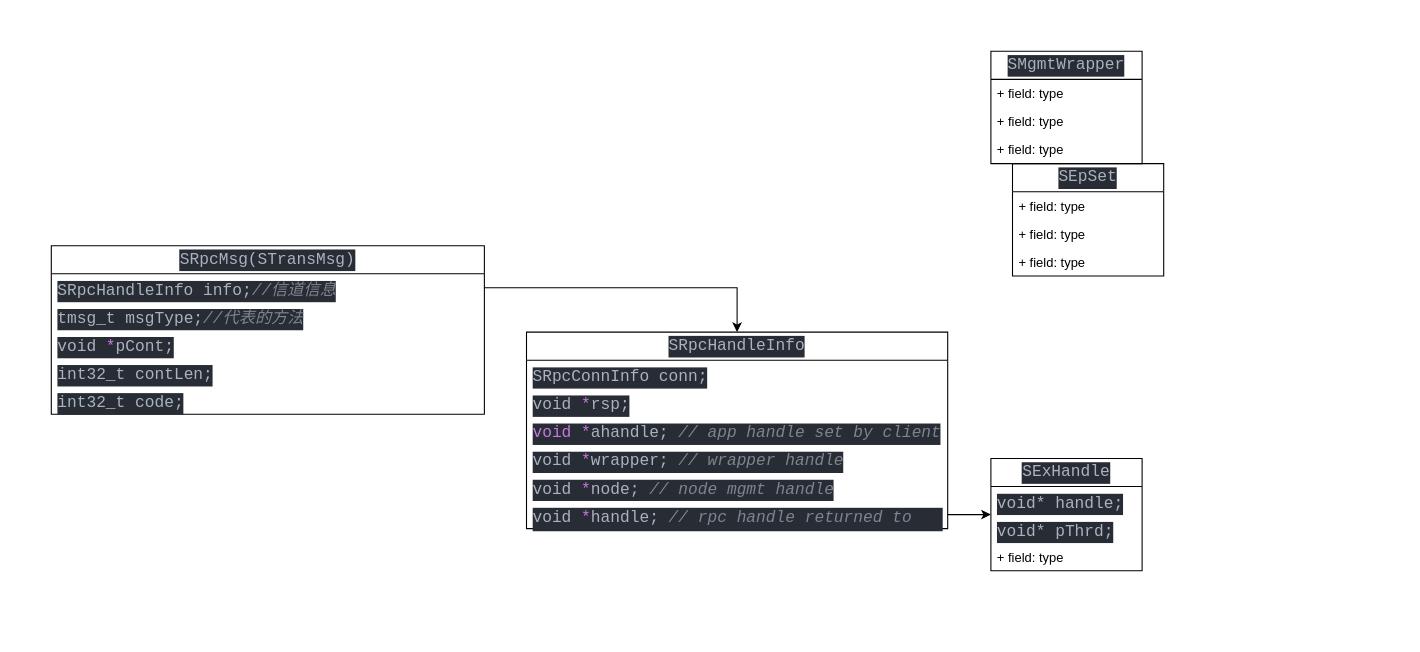
iTheds/draft_diagrams keeps this draw.io diagram as TDengine_tmsgcb_libuv.drawio. Above is the earlier version. Source tidied: cells renumbered, new cells numbered last; positions are measured from the earlier drawing's top-left corner, leaving out a move shared by most shapes. Both pictures are drawn from the tidied source at 108%, with x=0, y=0 at pixel (51, 51).
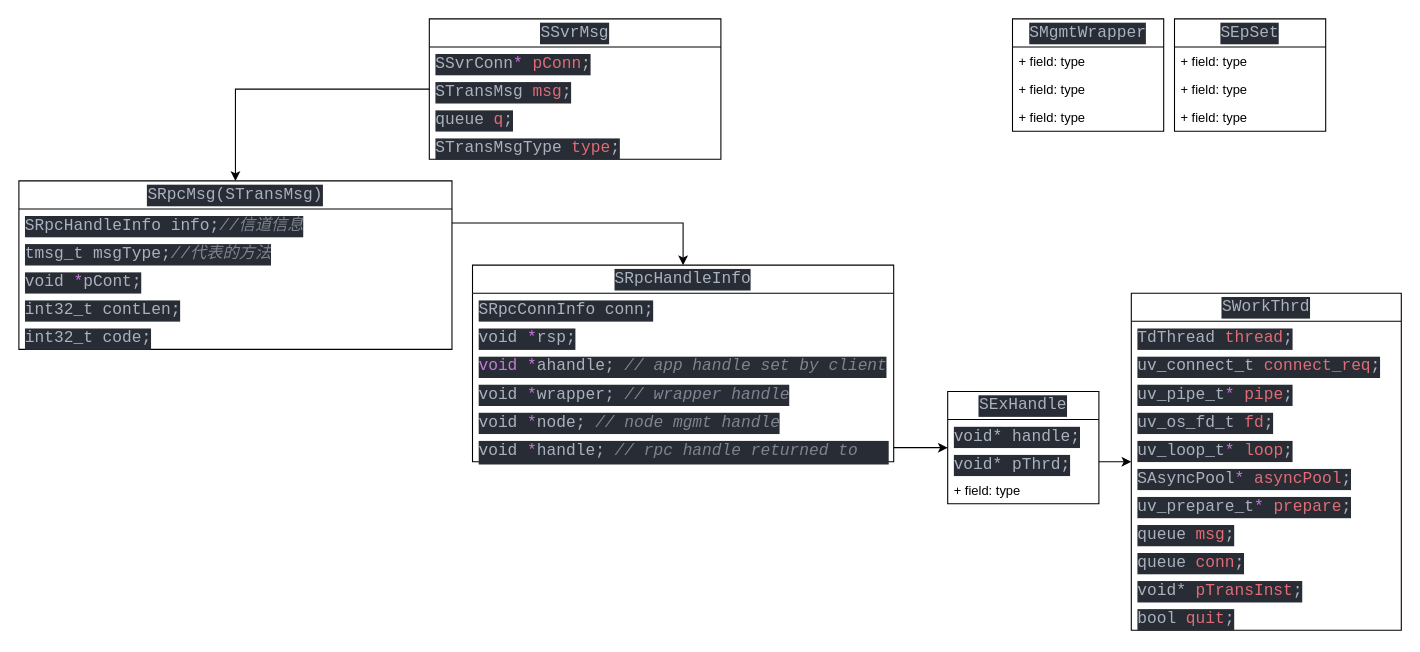
The same diagram, later.

The change refers to these unchanged cells:
```xml
<mxCell id="25" value="&lt;div style=&quot;color: rgb(171, 178, 191); background-color: rgb(40, 44, 52); font-family: &amp;quot;Cascadia Code&amp;quot;, &amp;quot;Cascadia Code&amp;quot;, monospace, &amp;quot;Droid Sans Mono&amp;quot;, &amp;quot;monospace&amp;quot;, monospace; font-weight: normal; font-size: 15px; line-height: 20px;&quot;&gt;&lt;div&gt;void*&lt;span style=&quot;color: #abb2bf;&quot;&gt;   pThrd;&lt;/span&gt;&lt;/div&gt;&lt;/div&gt;" style="text;strokeColor=none;fillColor=none;align=left;verticalAlign=top;spacingLeft=4;spacingRight=4;overflow=hidden;points=[[0,0.5],[1,0.5]];portConstraint=eastwest;whiteSpace=wrap;html=1;" parent="23" vertex="1">
  <mxGeometry y="52" width="140" height="26" as="geometry" />
</mxCell>
```

The edit, as a diff of the source:
```diff
@@
     <mxCell id="2" value="&lt;div style=&quot;color: rgb(171, 178, 191); background-color: rgb(40, 44, 52); font-family: &amp;quot;Cascadia Code&amp;quot;, &amp;quot;Cascadia Code&amp;quot;, monospace, &amp;quot;Droid Sans Mono&amp;quot;, &amp;quot;monospace&amp;quot;, monospace; font-weight: normal; font-size: 15px; line-height: 20px;&quot;&gt;&lt;div&gt;SRpcMsg(STransMsg)&lt;/div&gt;&lt;/div&gt;" style="swimlane;fontStyle=0;horizontal=1;startSize=26;fillColor=none;whiteSpace=wrap;html=1;" parent="1" vertex="1">
-      <mxGeometry y="180" width="401" height="156" as="geometry" />
+      <mxGeometry x="-30" y="120" width="401" height="156" as="geometry" />
     </mxCell>
@@
     <mxCell id="8" value="&lt;div style=&quot;color: rgb(171, 178, 191); background-color: rgb(40, 44, 52); font-family: &amp;quot;Cascadia Code&amp;quot;, &amp;quot;Cascadia Code&amp;quot;, monospace, &amp;quot;Droid Sans Mono&amp;quot;, &amp;quot;monospace&amp;quot;, monospace; font-weight: normal; font-size: 15px; line-height: 20px;&quot;&gt;&lt;div&gt;SEpSet&lt;/div&gt;&lt;/div&gt;" style="swimlane;fontStyle=0;horizontal=1;startSize=26;fillColor=none;whiteSpace=wrap;html=1;" parent="1" vertex="1">
-      <mxGeometry x="890" y="104" width="140" height="104" as="geometry" />
+      <mxGeometry x="1040" y="-30" width="140" height="104" as="geometry" />
     </mxCell>
@@
     <mxCell id="12" value="&lt;div style=&quot;color: rgb(171, 178, 191); background-color: rgb(40, 44, 52); font-family: &amp;quot;Cascadia Code&amp;quot;, &amp;quot;Cascadia Code&amp;quot;, monospace, &amp;quot;Droid Sans Mono&amp;quot;, &amp;quot;monospace&amp;quot;, monospace; font-weight: normal; font-size: 15px; line-height: 20px;&quot;&gt;&lt;div&gt;SMgmtWrapper&lt;/div&gt;&lt;/div&gt;" style="swimlane;fontStyle=0;horizontal=1;startSize=26;fillColor=none;whiteSpace=wrap;html=1;" parent="1" vertex="1">
-      <mxGeometry x="870" width="140" height="104" as="geometry" />
+      <mxGeometry x="890" y="-30" width="140" height="104" as="geometry" />
     </mxCell>
@@
     <mxCell id="16" value="&lt;div style=&quot;color: rgb(171, 178, 191); background-color: rgb(40, 44, 52); font-family: &amp;quot;Cascadia Code&amp;quot;, &amp;quot;Cascadia Code&amp;quot;, monospace, &amp;quot;Droid Sans Mono&amp;quot;, &amp;quot;monospace&amp;quot;, monospace; font-weight: normal; font-size: 15px; line-height: 20px;&quot;&gt;&lt;div&gt;SRpcHandleInfo&lt;/div&gt;&lt;/div&gt;" style="swimlane;fontStyle=0;horizontal=1;startSize=26;fillColor=none;whiteSpace=wrap;html=1;" parent="1" vertex="1">
-      <mxGeometry x="440" y="260" width="390" height="182" as="geometry" />
+      <mxGeometry x="390" y="198" width="390" height="182" as="geometry" />
     </mxCell>
@@
     <mxCell id="23" value="&lt;div style=&quot;color: rgb(171, 178, 191); background-color: rgb(40, 44, 52); font-family: &amp;quot;Cascadia Code&amp;quot;, &amp;quot;Cascadia Code&amp;quot;, monospace, &amp;quot;Droid Sans Mono&amp;quot;, &amp;quot;monospace&amp;quot;, monospace; font-weight: normal; font-size: 15px; line-height: 20px;&quot;&gt;&lt;div&gt;SExHandle&lt;/div&gt;&lt;/div&gt;" style="swimlane;fontStyle=0;horizontal=1;startSize=26;fillColor=none;whiteSpace=wrap;html=1;" parent="1" vertex="1">
-      <mxGeometry x="870" y="377" width="140" height="104" as="geometry" />
+      <mxGeometry x="830" y="315" width="140" height="104" as="geometry" />
     </mxCell>
@@
+    <mxCell id="29" value="&lt;div style=&quot;color: rgb(171, 178, 191); background-color: rgb(40, 44, 52); font-family: &amp;quot;Cascadia Code&amp;quot;, &amp;quot;Cascadia Code&amp;quot;, monospace, &amp;quot;Droid Sans Mono&amp;quot;, &amp;quot;monospace&amp;quot;, monospace; font-weight: normal; font-size: 15px; line-height: 20px;&quot;&gt;&lt;div&gt;SSvrMsg&lt;/div&gt;&lt;/div&gt;" style="swimlane;fontStyle=0;horizontal=1;startSize=26;fillColor=none;whiteSpace=wrap;html=1;" parent="1" vertex="1">
+      <mxGeometry x="350" y="-30" width="270" height="130" as="geometry" />
+    </mxCell>
+    <mxCell id="30" value="&lt;div style=&quot;color: rgb(171, 178, 191); background-color: rgb(40, 44, 52); font-family: &amp;quot;Cascadia Code&amp;quot;, &amp;quot;Cascadia Code&amp;quot;, monospace, &amp;quot;Droid Sans Mono&amp;quot;, &amp;quot;monospace&amp;quot;, monospace; font-weight: normal; font-size: 15px; line-height: 20px;&quot;&gt;&lt;div&gt;SSvrConn&lt;span style=&quot;color: #c678dd;&quot;&gt;*&lt;/span&gt;&lt;span style=&quot;color: #abb2bf;&quot;&gt;     &lt;/span&gt;&lt;span style=&quot;color: #e06c75;&quot;&gt;pConn&lt;/span&gt;&lt;span style=&quot;color: #abb2bf;&quot;&gt;;&lt;/span&gt;&lt;/div&gt;&lt;/div&gt;" style="text;strokeColor=none;fillColor=none;align=left;verticalAlign=top;spacingLeft=4;spacingRight=4;overflow=hidden;whiteSpace=wrap;html=1;" parent="29" vertex="1">
+      <mxGeometry y="26" width="270" height="26" as="geometry" />
+    </mxCell>
+    <mxCell id="31" value="&lt;div style=&quot;color: rgb(171, 178, 191); background-color: rgb(40, 44, 52); font-family: &amp;quot;Cascadia Code&amp;quot;, &amp;quot;Cascadia Code&amp;quot;, monospace, &amp;quot;Droid Sans Mono&amp;quot;, &amp;quot;monospace&amp;quot;, monospace; font-weight: normal; font-size: 15px; line-height: 20px;&quot;&gt;&lt;div&gt;STransMsg&lt;span style=&quot;color: #abb2bf;&quot;&gt;     &lt;/span&gt;&lt;span style=&quot;color: #e06c75;&quot;&gt;msg&lt;/span&gt;&lt;span style=&quot;color: #abb2bf;&quot;&gt;;&lt;/span&gt;&lt;/div&gt;&lt;/div&gt;" style="text;strokeColor=none;fillColor=none;align=left;verticalAlign=top;spacingLeft=4;spacingRight=4;overflow=hidden;points=[[0,0.5],[1,0.5]];portConstraint=eastwest;whiteSpace=wrap;html=1;" parent="29" vertex="1">
+      <mxGeometry y="52" width="270" height="26" as="geometry" />
+    </mxCell>
+    <mxCell id="32" value="&lt;div style=&quot;color: rgb(171, 178, 191); background-color: rgb(40, 44, 52); font-family: &amp;quot;Cascadia Code&amp;quot;, &amp;quot;Cascadia Code&amp;quot;, monospace, &amp;quot;Droid Sans Mono&amp;quot;, &amp;quot;monospace&amp;quot;, monospace; font-weight: normal; font-size: 15px; line-height: 20px;&quot;&gt;&lt;div&gt;queue&lt;span style=&quot;color: #abb2bf;&quot;&gt;         &lt;/span&gt;&lt;span style=&quot;color: #e06c75;&quot;&gt;q&lt;/span&gt;&lt;span style=&quot;color: #abb2bf;&quot;&gt;;&lt;/span&gt;&lt;/div&gt;&lt;/div&gt;" style="text;strokeColor=none;fillColor=none;align=left;verticalAlign=top;spacingLeft=4;spacingRight=4;overflow=hidden;whiteSpace=wrap;html=1;" parent="29" vertex="1">
+      <mxGeometry y="78" width="270" height="26" as="geometry" />
+    </mxCell>
+    <mxCell id="33" value="&lt;div style=&quot;color: rgb(171, 178, 191); background-color: rgb(40, 44, 52); font-family: &amp;quot;Cascadia Code&amp;quot;, &amp;quot;Cascadia Code&amp;quot;, monospace, &amp;quot;Droid Sans Mono&amp;quot;, &amp;quot;monospace&amp;quot;, monospace; font-weight: normal; font-size: 15px; line-height: 20px;&quot;&gt;&lt;div&gt;STransMsgType&lt;span style=&quot;color: #abb2bf;&quot;&gt; &lt;/span&gt;&lt;span style=&quot;color: #e06c75;&quot;&gt;type&lt;/span&gt;&lt;span style=&quot;color: #abb2bf;&quot;&gt;;&lt;/span&gt;&lt;/div&gt;&lt;/div&gt;" style="text;strokeColor=none;fillColor=none;align=left;verticalAlign=top;spacingLeft=4;spacingRight=4;overflow=hidden;whiteSpace=wrap;html=1;" parent="29" vertex="1">
+      <mxGeometry y="104" width="270" height="26" as="geometry" />
+    </mxCell>
+    <mxCell id="34" style="edgeStyle=orthogonalEdgeStyle;rounded=0;jettySize=auto;html=1;" parent="1" edge="1" source="31" target="2">
+      <mxGeometry relative="1" as="geometry" />
+    </mxCell>
+    <mxCell id="35" value="&lt;div style=&quot;color: rgb(171, 178, 191); background-color: rgb(40, 44, 52); font-family: &amp;quot;Cascadia Code&amp;quot;, &amp;quot;Cascadia Code&amp;quot;, monospace, &amp;quot;Droid Sans Mono&amp;quot;, &amp;quot;monospace&amp;quot;, monospace; font-weight: normal; font-size: 15px; line-height: 20px;&quot;&gt;&lt;div&gt;SWorkThrd&lt;/div&gt;&lt;/div&gt;" style="swimlane;fontStyle=0;horizontal=1;startSize=26;fillColor=none;whiteSpace=wrap;html=1;" parent="1" vertex="1">
+      <mxGeometry x="1000" y="224" width="250" height="312" as="geometry" />
+    </mxCell>
+    <mxCell id="36" value="&lt;div style=&quot;color: rgb(171, 178, 191); background-color: rgb(40, 44, 52); font-family: &amp;quot;Cascadia Code&amp;quot;, &amp;quot;Cascadia Code&amp;quot;, monospace, &amp;quot;Droid Sans Mono&amp;quot;, &amp;quot;monospace&amp;quot;, monospace; font-weight: normal; font-size: 15px; line-height: 20px;&quot;&gt;&lt;div&gt;TdThread&lt;span style=&quot;color: #abb2bf;&quot;&gt;      &lt;/span&gt;&lt;span style=&quot;color: #e06c75;&quot;&gt;thread&lt;/span&gt;&lt;span style=&quot;color: #abb2bf;&quot;&gt;;&lt;/span&gt;&lt;/div&gt;&lt;/div&gt;" style="text;strokeColor=none;fillColor=none;align=left;verticalAlign=top;spacingLeft=4;spacingRight=4;overflow=hidden;whiteSpace=wrap;html=1;" parent="35" vertex="1">
+      <mxGeometry y="26" width="250" height="26" as="geometry" />
+    </mxCell>
+    <mxCell id="37" value="&lt;div style=&quot;color: rgb(171, 178, 191); background-color: rgb(40, 44, 52); font-family: &amp;quot;Cascadia Code&amp;quot;, &amp;quot;Cascadia Code&amp;quot;, monospace, &amp;quot;Droid Sans Mono&amp;quot;, &amp;quot;monospace&amp;quot;, monospace; font-weight: normal; font-size: 15px; line-height: 20px;&quot;&gt;&lt;div&gt;uv_connect_t&lt;span style=&quot;color: #abb2bf;&quot;&gt;  &lt;/span&gt;&lt;span style=&quot;color: #e06c75;&quot;&gt;connect_req&lt;/span&gt;&lt;span style=&quot;color: #abb2bf;&quot;&gt;;&lt;/span&gt;&lt;/div&gt;&lt;/div&gt;" style="text;strokeColor=none;fillColor=none;align=left;verticalAlign=top;spacingLeft=4;spacingRight=4;overflow=hidden;whiteSpace=wrap;html=1;" parent="35" vertex="1">
+      <mxGeometry y="52" width="250" height="26" as="geometry" />
+    </mxCell>
+    <mxCell id="38" value="&lt;div style=&quot;color: rgb(171, 178, 191); background-color: rgb(40, 44, 52); font-family: &amp;quot;Cascadia Code&amp;quot;, &amp;quot;Cascadia Code&amp;quot;, monospace, &amp;quot;Droid Sans Mono&amp;quot;, &amp;quot;monospace&amp;quot;, monospace; font-weight: normal; font-size: 15px; line-height: 20px;&quot;&gt;&lt;div&gt;uv_pipe_t&lt;span style=&quot;color: #c678dd;&quot;&gt;*&lt;/span&gt;&lt;span style=&quot;color: #abb2bf;&quot;&gt;    &lt;/span&gt;&lt;span style=&quot;color: #e06c75;&quot;&gt;pipe&lt;/span&gt;&lt;span style=&quot;color: #abb2bf;&quot;&gt;;&lt;/span&gt;&lt;/div&gt;&lt;/div&gt;" style="text;strokeColor=none;fillColor=none;align=left;verticalAlign=top;spacingLeft=4;spacingRight=4;overflow=hidden;whiteSpace=wrap;html=1;" parent="35" vertex="1">
+      <mxGeometry y="78" width="250" height="26" as="geometry" />
+    </mxCell>
+    <mxCell id="39" value="&lt;div style=&quot;color: rgb(171, 178, 191); background-color: rgb(40, 44, 52); font-family: &amp;quot;Cascadia Code&amp;quot;, &amp;quot;Cascadia Code&amp;quot;, monospace, &amp;quot;Droid Sans Mono&amp;quot;, &amp;quot;monospace&amp;quot;, monospace; font-weight: normal; font-size: 15px; line-height: 20px;&quot;&gt;&lt;div&gt;uv_os_fd_t&lt;span style=&quot;color: #abb2bf;&quot;&gt;    &lt;/span&gt;&lt;span style=&quot;color: #e06c75;&quot;&gt;fd&lt;/span&gt;&lt;span style=&quot;color: #abb2bf;&quot;&gt;;&lt;/span&gt;&lt;/div&gt;&lt;/div&gt;" style="text;strokeColor=none;fillColor=none;align=left;verticalAlign=top;spacingLeft=4;spacingRight=4;overflow=hidden;whiteSpace=wrap;html=1;" parent="35" vertex="1">
+      <mxGeometry y="104" width="250" height="26" as="geometry" />
+    </mxCell>
+    <mxCell id="40" value="&lt;div style=&quot;color: rgb(171, 178, 191); background-color: rgb(40, 44, 52); font-family: &amp;quot;Cascadia Code&amp;quot;, &amp;quot;Cascadia Code&amp;quot;, monospace, &amp;quot;Droid Sans Mono&amp;quot;, &amp;quot;monospace&amp;quot;, monospace; font-weight: normal; font-size: 15px; line-height: 20px;&quot;&gt;&lt;div&gt;uv_loop_t&lt;span style=&quot;color: #c678dd;&quot;&gt;*&lt;/span&gt;&lt;span style=&quot;color: #abb2bf;&quot;&gt;    &lt;/span&gt;&lt;span style=&quot;color: #e06c75;&quot;&gt;loop&lt;/span&gt;&lt;span style=&quot;color: #abb2bf;&quot;&gt;;&lt;/span&gt;&lt;/div&gt;&lt;/div&gt;" style="text;strokeColor=none;fillColor=none;align=left;verticalAlign=top;spacingLeft=4;spacingRight=4;overflow=hidden;whiteSpace=wrap;html=1;" parent="35" vertex="1">
+      <mxGeometry y="130" width="250" height="26" as="geometry" />
+    </mxCell>
+    <mxCell id="41" value="&lt;div style=&quot;color: rgb(171, 178, 191); background-color: rgb(40, 44, 52); font-family: &amp;quot;Cascadia Code&amp;quot;, &amp;quot;Cascadia Code&amp;quot;, monospace, &amp;quot;Droid Sans Mono&amp;quot;, &amp;quot;monospace&amp;quot;, monospace; font-weight: normal; font-size: 15px; line-height: 20px;&quot;&gt;&lt;div&gt;SAsyncPool&lt;span style=&quot;color: #c678dd;&quot;&gt;*&lt;/span&gt;&lt;span style=&quot;color: #abb2bf;&quot;&gt;   &lt;/span&gt;&lt;span style=&quot;color: #e06c75;&quot;&gt;asyncPool&lt;/span&gt;&lt;span style=&quot;color: #abb2bf;&quot;&gt;;&lt;/span&gt;&lt;/div&gt;&lt;/div&gt;" style="text;strokeColor=none;fillColor=none;align=left;verticalAlign=top;spacingLeft=4;spacingRight=4;overflow=hidden;whiteSpace=wrap;html=1;" parent="35" vertex="1">
+      <mxGeometry y="156" width="250" height="26" as="geometry" />
+    </mxCell>
+    <mxCell id="42" value="&lt;div style=&quot;color: rgb(171, 178, 191); background-color: rgb(40, 44, 52); font-family: &amp;quot;Cascadia Code&amp;quot;, &amp;quot;Cascadia Code&amp;quot;, monospace, &amp;quot;Droid Sans Mono&amp;quot;, &amp;quot;monospace&amp;quot;, monospace; font-weight: normal; font-size: 15px; line-height: 20px;&quot;&gt;&lt;div&gt;uv_prepare_t&lt;span style=&quot;color: #c678dd;&quot;&gt;*&lt;/span&gt;&lt;span style=&quot;color: #abb2bf;&quot;&gt; &lt;/span&gt;&lt;span style=&quot;color: #e06c75;&quot;&gt;prepare&lt;/span&gt;&lt;span style=&quot;color: #abb2bf;&quot;&gt;;&lt;/span&gt;&lt;/div&gt;&lt;/div&gt;" style="text;strokeColor=none;fillColor=none;align=left;verticalAlign=top;spacingLeft=4;spacingRight=4;overflow=hidden;whiteSpace=wrap;html=1;" parent="35" vertex="1">
+      <mxGeometry y="182" width="250" height="26" as="geometry" />
+    </mxCell>
+    <mxCell id="43" value="&lt;div style=&quot;color: rgb(171, 178, 191); background-color: rgb(40, 44, 52); font-family: &amp;quot;Cascadia Code&amp;quot;, &amp;quot;Cascadia Code&amp;quot;, monospace, &amp;quot;Droid Sans Mono&amp;quot;, &amp;quot;monospace&amp;quot;, monospace; font-weight: normal; font-size: 15px; line-height: 20px;&quot;&gt;&lt;div&gt;queue&lt;span style=&quot;color: #abb2bf;&quot;&gt;         &lt;/span&gt;&lt;span style=&quot;color: #e06c75;&quot;&gt;msg&lt;/span&gt;&lt;span style=&quot;color: #abb2bf;&quot;&gt;;&lt;/span&gt;&lt;/div&gt;&lt;/div&gt;" style="text;strokeColor=none;fillColor=none;align=left;verticalAlign=top;spacingLeft=4;spacingRight=4;overflow=hidden;whiteSpace=wrap;html=1;" parent="35" vertex="1">
+      <mxGeometry y="208" width="250" height="26" as="geometry" />
+    </mxCell>
+    <mxCell id="44" value="&lt;div style=&quot;color: rgb(171, 178, 191); background-color: rgb(40, 44, 52); font-family: &amp;quot;Cascadia Code&amp;quot;, &amp;quot;Cascadia Code&amp;quot;, monospace, &amp;quot;Droid Sans Mono&amp;quot;, &amp;quot;monospace&amp;quot;, monospace; font-weight: normal; font-size: 15px; line-height: 20px;&quot;&gt;&lt;div&gt;queue&lt;span style=&quot;color: #abb2bf;&quot;&gt; &lt;/span&gt;&lt;span style=&quot;color: #e06c75;&quot;&gt;conn&lt;/span&gt;&lt;span style=&quot;color: #abb2bf;&quot;&gt;;&lt;/span&gt;&lt;/div&gt;&lt;/div&gt;" style="text;strokeColor=none;fillColor=none;align=left;verticalAlign=top;spacingLeft=4;spacingRight=4;overflow=hidden;whiteSpace=wrap;html=1;" parent="35" vertex="1">
+      <mxGeometry y="234" width="250" height="26" as="geometry" />
+    </mxCell>
+    <mxCell id="45" value="&lt;div style=&quot;color: rgb(171, 178, 191); background-color: rgb(40, 44, 52); font-family: &amp;quot;Cascadia Code&amp;quot;, &amp;quot;Cascadia Code&amp;quot;, monospace, &amp;quot;Droid Sans Mono&amp;quot;, &amp;quot;monospace&amp;quot;, monospace; font-weight: normal; font-size: 15px; line-height: 20px;&quot;&gt;&lt;div&gt;void*&lt;span style=&quot;color: #abb2bf;&quot;&gt; &lt;/span&gt;&lt;span style=&quot;color: #e06c75;&quot;&gt;pTransInst&lt;/span&gt;&lt;span style=&quot;color: #abb2bf;&quot;&gt;;&lt;/span&gt;&lt;/div&gt;&lt;/div&gt;" style="text;strokeColor=none;fillColor=none;align=left;verticalAlign=top;spacingLeft=4;spacingRight=4;overflow=hidden;whiteSpace=wrap;html=1;" parent="35" vertex="1">
+      <mxGeometry y="260" width="250" height="26" as="geometry" />
+    </mxCell>
+    <mxCell id="46" value="&lt;div style=&quot;color: rgb(171, 178, 191); background-color: rgb(40, 44, 52); font-family: &amp;quot;Cascadia Code&amp;quot;, &amp;quot;Cascadia Code&amp;quot;, monospace, &amp;quot;Droid Sans Mono&amp;quot;, &amp;quot;monospace&amp;quot;, monospace; font-weight: normal; font-size: 15px; line-height: 20px;&quot;&gt;&lt;div&gt;bool&lt;span style=&quot;color: #abb2bf;&quot;&gt;  &lt;/span&gt;&lt;span style=&quot;color: #e06c75;&quot;&gt;quit&lt;/span&gt;&lt;span style=&quot;color: #abb2bf;&quot;&gt;;&lt;/span&gt;&lt;/div&gt;&lt;/div&gt;" style="text;strokeColor=none;fillColor=none;align=left;verticalAlign=top;spacingLeft=4;spacingRight=4;overflow=hidden;whiteSpace=wrap;html=1;" parent="35" vertex="1">
+      <mxGeometry y="286" width="250" height="26" as="geometry" />
+    </mxCell>
+    <mxCell id="47" style="edgeStyle=orthogonalEdgeStyle;rounded=0;jettySize=auto;html=1;" parent="1" edge="1" source="25" target="35">
+      <mxGeometry relative="1" as="geometry" />
+    </mxCell>
```
